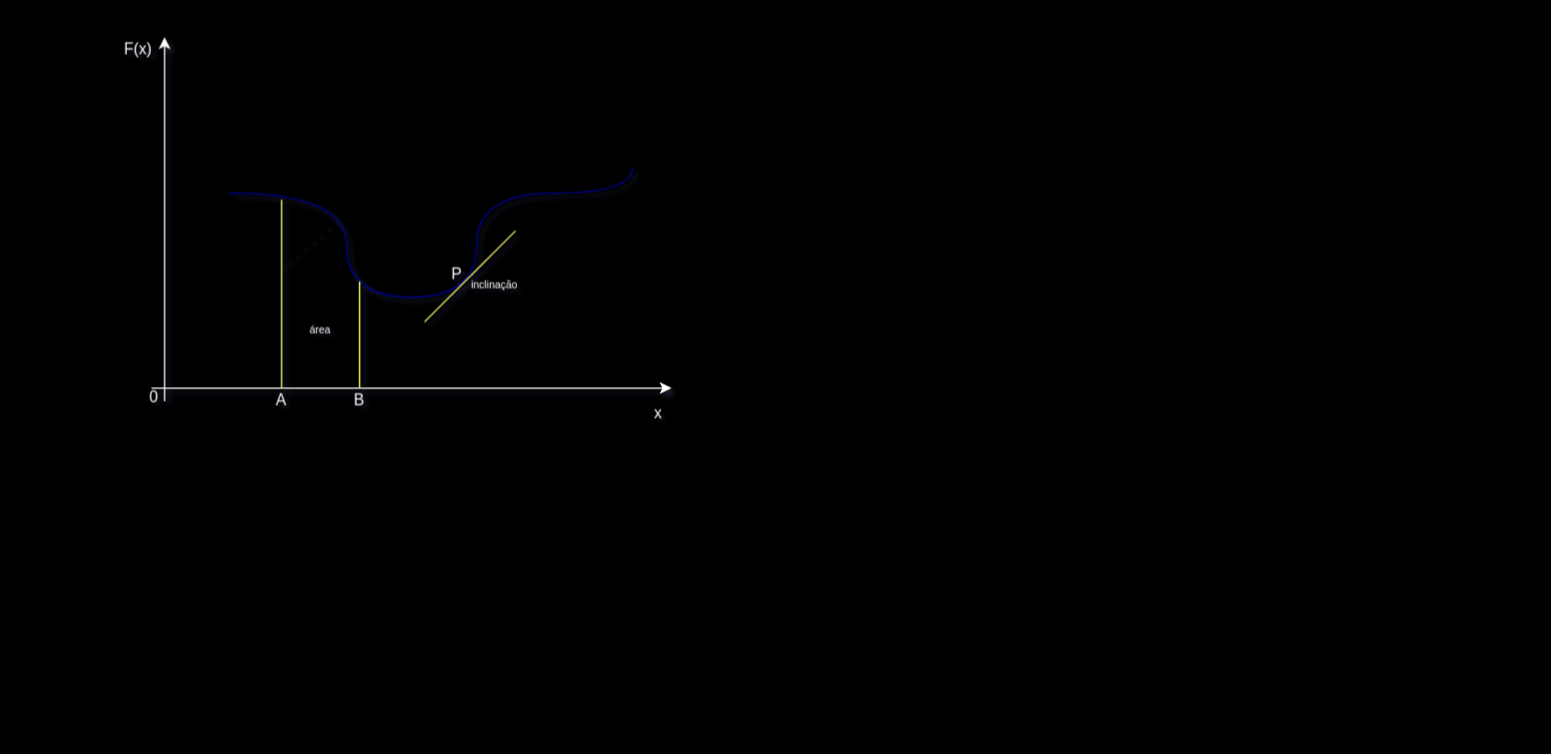
Before: Fenomenos/img/calculo1.drawio in frankalcantara/Aulas, a draw.io diagram. Source tidied: cells renumbered, new cells numbered last; positions are measured from the earlier drawing's top-left corner, leaving out a move shared by most shapes. Both pictures are drawn from the tidied source at 130%, with x=0, y=0 at pixel (112, 36).
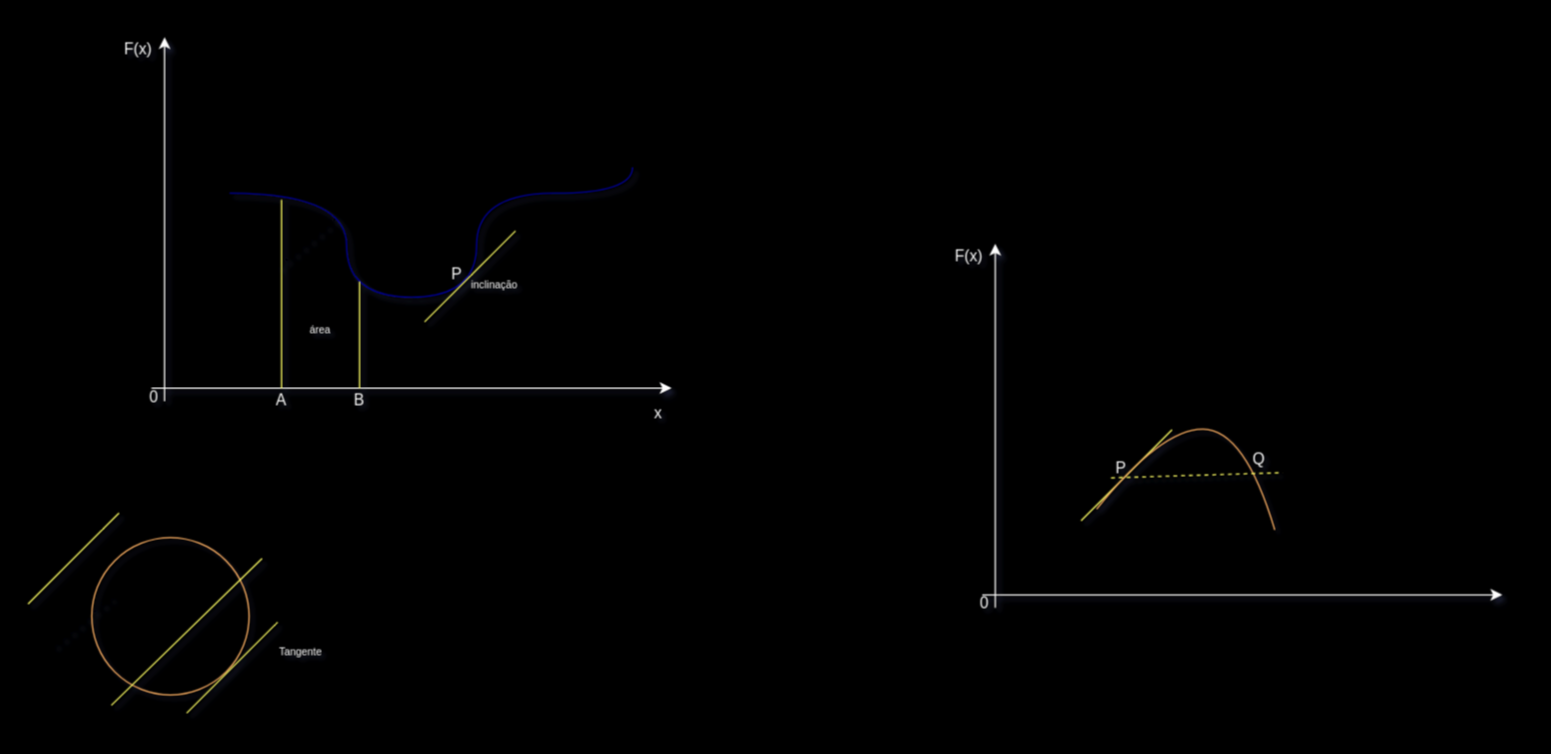
Above is the later version.

What changed in the source:
```diff
@@
+    <mxCell id="17" style="endArrow=none;dashed=1;html=1;dashPattern=1 3;strokeWidth=2;shadow=1;" parent="1" edge="1">
+      <mxGeometry relative="1" as="geometry">
+        <mxPoint x="-45" y="468" as="sourcePoint" />
+        <mxPoint x="-1" y="431" as="targetPoint" />
+      </mxGeometry>
+    </mxCell>
+    <mxCell id="18" style="ellipse;whiteSpace=wrap;html=1;fillColor=none;strokeColor=#FFB366;" parent="1" vertex="1">
+      <mxGeometry x="-16" y="385" width="121" height="121" as="geometry" />
+    </mxCell>
+    <mxCell id="19" style="endArrow=none;html=1;shadow=1;strokeWidth=1;strokeColor=#FFFF66;" parent="1" edge="1">
+      <mxGeometry relative="1" as="geometry">
+        <mxPoint x="57" y="520" as="sourcePoint" />
+        <mxPoint x="127" y="450" as="targetPoint" />
+      </mxGeometry>
+    </mxCell>
+    <mxCell id="20" value="&lt;font color=&quot;#ffffff&quot;&gt;&lt;span style=&quot;font-size: 8px&quot;&gt;Tangente&lt;/span&gt;&lt;/font&gt;" style="text;html=1;strokeColor=none;fillColor=none;align=center;verticalAlign=middle;whiteSpace=wrap;rounded=0;shadow=1;" parent="1" vertex="1">
+      <mxGeometry x="125" y="462" width="40" height="20" as="geometry" />
+    </mxCell>
+    <mxCell id="21" style="endArrow=none;html=1;shadow=1;strokeWidth=1;strokeColor=#FFFF66;" parent="1" edge="1">
+      <mxGeometry relative="1" as="geometry">
+        <mxPoint x="-1" y="514" as="sourcePoint" />
+        <mxPoint x="115" y="401" as="targetPoint" />
+      </mxGeometry>
+    </mxCell>
+    <mxCell id="22" style="endArrow=none;html=1;shadow=1;strokeWidth=1;strokeColor=#FFFF66;" parent="1" edge="1">
+      <mxGeometry relative="1" as="geometry">
+        <mxPoint x="-65" y="436" as="sourcePoint" />
+        <mxPoint x="5" y="366" as="targetPoint" />
+      </mxGeometry>
+    </mxCell>
+    <mxCell id="23" style="endArrow=classic;html=1;shadow=1;strokeColor=#FFFFFF;" parent="1" edge="1">
+      <mxGeometry relative="1" as="geometry">
+        <mxPoint x="669" y="429" as="sourcePoint" />
+        <mxPoint x="1069" y="429" as="targetPoint" />
+      </mxGeometry>
+    </mxCell>
+    <mxCell id="24" style="endArrow=classic;html=1;shadow=1;strokeColor=#FFFFFF;" parent="1" edge="1">
+      <mxGeometry relative="1" as="geometry">
+        <mxPoint x="679" y="439" as="sourcePoint" />
+        <mxPoint x="679" y="159" as="targetPoint" />
+      </mxGeometry>
+    </mxCell>
+    <mxCell id="25" value="&lt;font color=&quot;#ffffff&quot;&gt;F(x)&lt;/font&gt;" style="text;html=1;strokeColor=none;fillColor=none;align=center;verticalAlign=middle;whiteSpace=wrap;rounded=0;shadow=1;" parent="1" vertex="1">
+      <mxGeometry x="639" y="159" width="40" height="20" as="geometry" />
+    </mxCell>
+    <mxCell id="26" style="endArrow=none;html=1;shadow=1;strokeWidth=1;strokeColor=#FFFF66;" parent="1" edge="1">
+      <mxGeometry relative="1" as="geometry">
+        <mxPoint x="745" y="372" as="sourcePoint" />
+        <mxPoint x="815" y="302" as="targetPoint" />
+      </mxGeometry>
+    </mxCell>
+    <mxCell id="27" value="&lt;font color=&quot;#ffffff&quot;&gt;P&lt;/font&gt;" style="text;html=1;strokeColor=none;fillColor=none;align=center;verticalAlign=middle;whiteSpace=wrap;rounded=0;shadow=1;" parent="1" vertex="1">
+      <mxGeometry x="756" y="322" width="40" height="20" as="geometry" />
+    </mxCell>
+    <mxCell id="28" value="&lt;font color=&quot;#ffffff&quot;&gt;0&lt;/font&gt;" style="text;html=1;strokeColor=none;fillColor=none;align=center;verticalAlign=middle;whiteSpace=wrap;rounded=0;shadow=1;" parent="1" vertex="1">
+      <mxGeometry x="651" y="426" width="40" height="20" as="geometry" />
+    </mxCell>
+    <mxCell id="29" style="curved=1;endArrow=none;html=1;endFill=0;strokeColor=#FFB366;" parent="1" edge="1">
+      <mxGeometry relative="1" as="geometry">
+        <mxPoint x="894" y="379" as="sourcePoint" />
+        <mxPoint x="757" y="363" as="targetPoint" />
+        <Array as="points">
+          <mxPoint x="871" y="302" />
+          <mxPoint x="807" y="301" />
+        </Array>
+      </mxGeometry>
+    </mxCell>
+    <mxCell id="30" value="&lt;font color=&quot;#ffffff&quot;&gt;Q&lt;/font&gt;" style="text;html=1;strokeColor=none;fillColor=none;align=center;verticalAlign=middle;whiteSpace=wrap;rounded=0;shadow=1;" parent="1" vertex="1">
+      <mxGeometry x="862" y="315" width="40" height="20" as="geometry" />
+    </mxCell>
+    <mxCell id="31" style="endArrow=none;html=1;shadow=1;strokeWidth=1;strokeColor=#FFFF66;dashed=1;" parent="1" edge="1">
+      <mxGeometry relative="1" as="geometry">
+        <mxPoint x="768" y="339" as="sourcePoint" />
+        <mxPoint x="900" y="335" as="targetPoint" />
+      </mxGeometry>
+    </mxCell>
```
